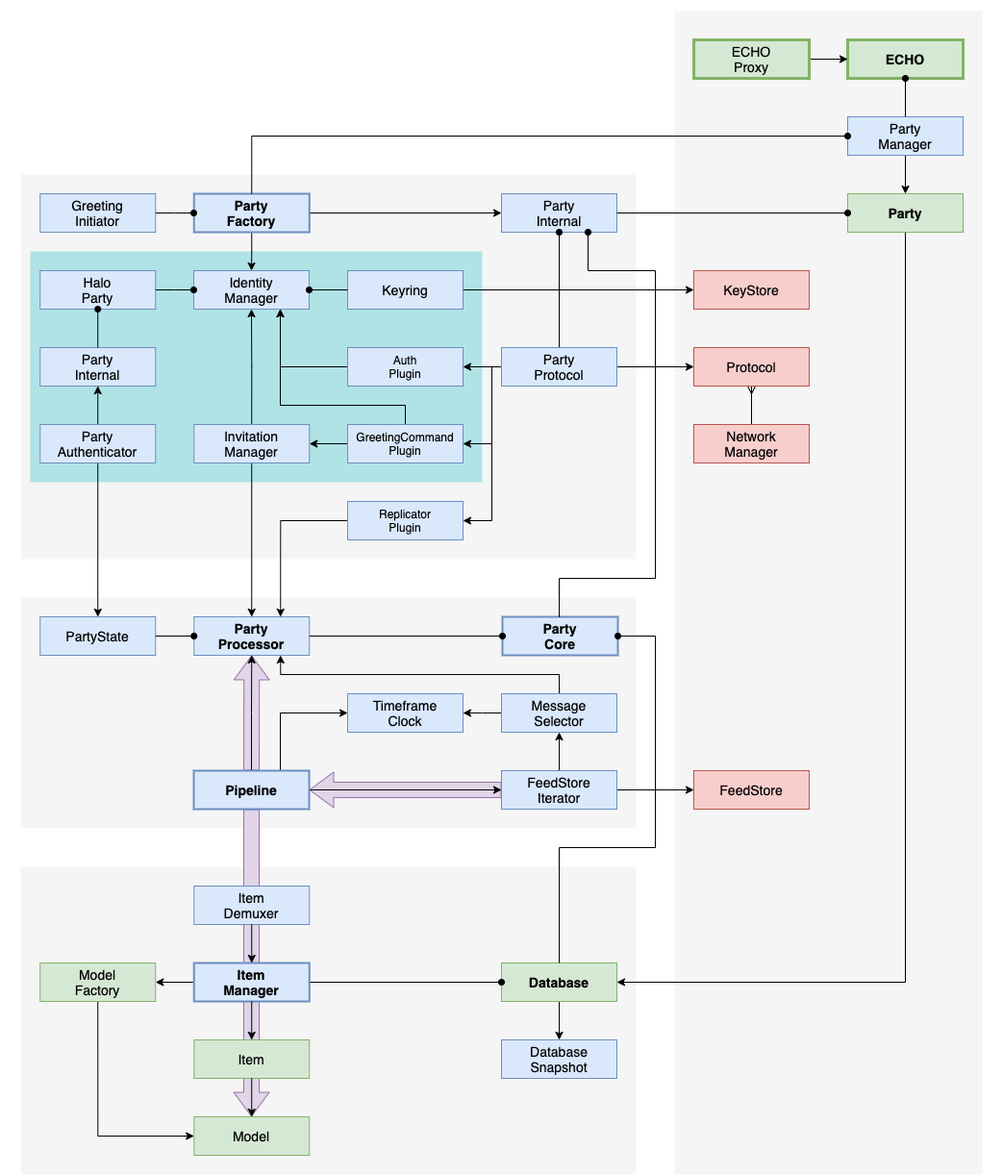
The draw.io diagram docs/diagrams/echo-architecture.png in dxos/dxos, before a commit. Source tidied: cells renumbered, new cells last; positions are measured from the earlier drawing's top-left corner, leaving out a move shared by most shapes.
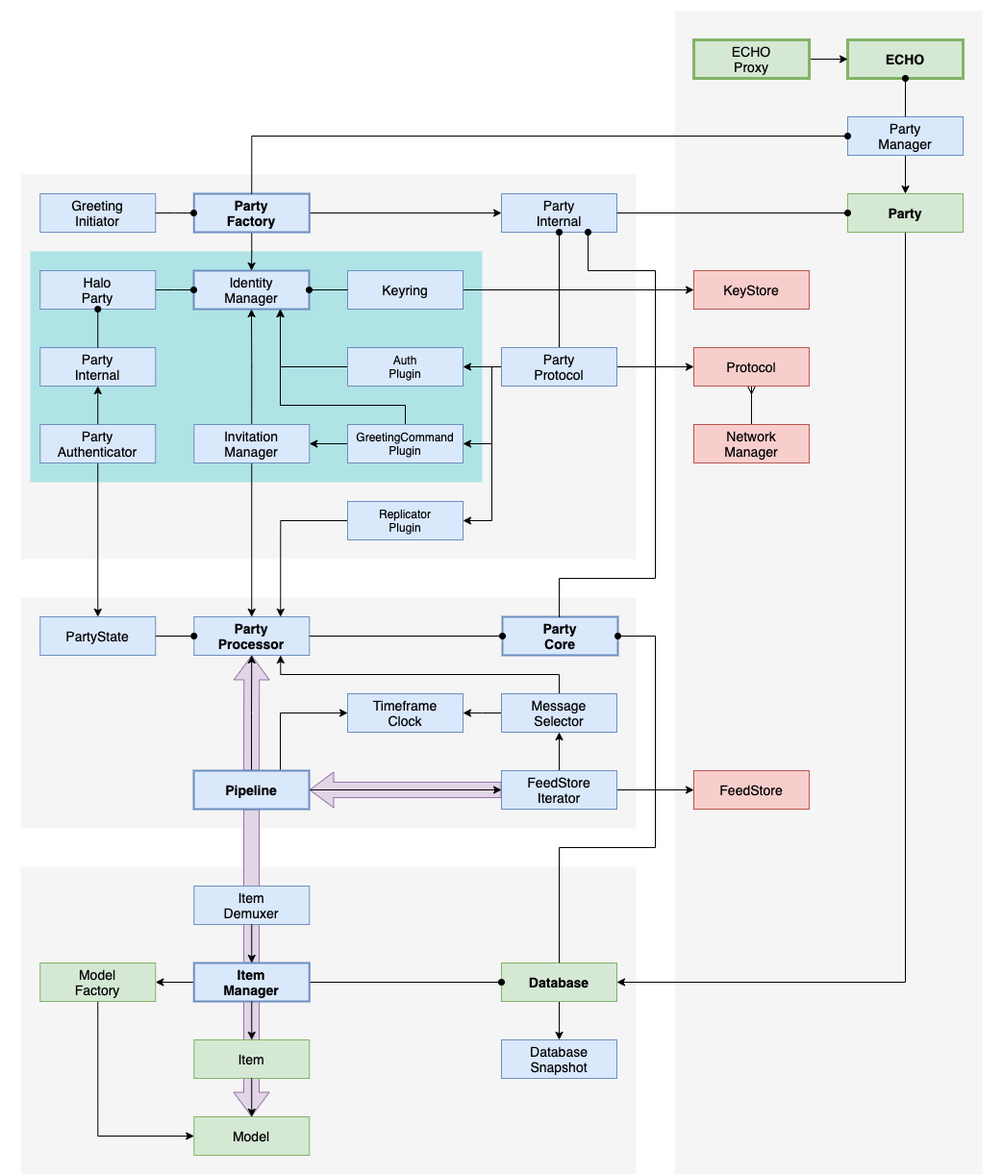
The same file after the commit.

What changed in the source:
```diff
@@ -41,7 +41,7 @@
     <mxCell id="14" value="Timeframe&lt;br&gt;Clock" style="rounded=0;whiteSpace=wrap;html=1;fontSize=14;fontFamily=Helvetica;fillColor=#dae8fc;strokeColor=#6c8ebf;fontStyle=0;strokeWidth=1;" parent="1" vertex="1">
       <mxGeometry x="360" y="720" width="120" height="40" as="geometry" />
     </mxCell>
-    <mxCell id="15" value="Identity&lt;br&gt;Manager" style="rounded=0;whiteSpace=wrap;html=1;fontSize=14;fontFamily=Helvetica;fillColor=#dae8fc;strokeColor=#6c8ebf;fontStyle=0;strokeWidth=1;" parent="1" vertex="1">
+    <mxCell id="15" value="Identity&lt;br&gt;Manager" style="rounded=0;whiteSpace=wrap;html=1;fontSize=14;fontFamily=Helvetica;fillColor=#dae8fc;strokeColor=#6c8ebf;fontStyle=0;strokeWidth=2;" parent="1" vertex="1">
       <mxGeometry x="200" y="280" width="120" height="40" as="geometry" />
     </mxCell>
     <mxCell id="16" style="edgeStyle=orthogonalEdgeStyle;rounded=0;jettySize=auto;html=1;fontSize=12;startArrow=none;startFill=0;endArrow=classic;endFill=1;" parent="1" edge="1" source="86" target="66">
```
